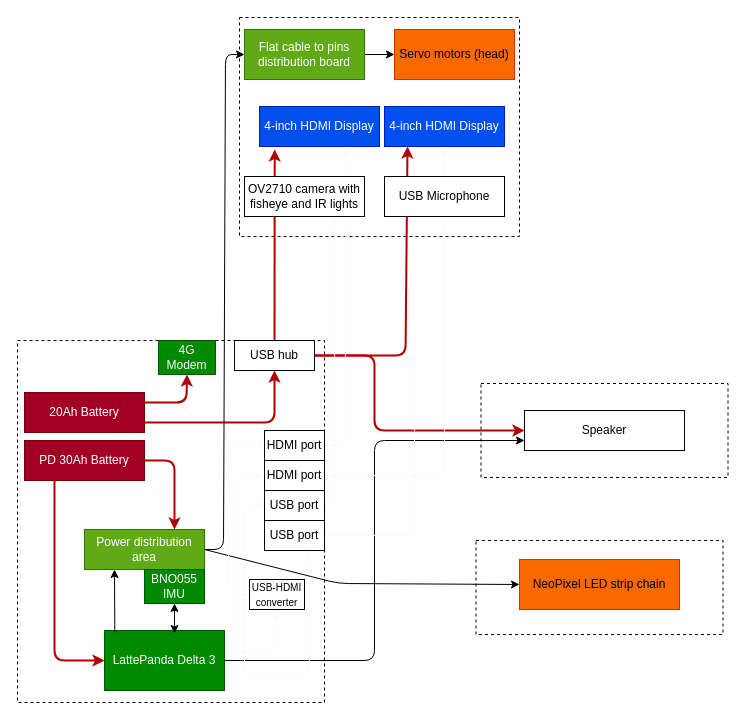
The draw.io diagram Planning/Hardware.drawio in MekhyW/DYNAMO-Electronic_Fursuit-2.0, before the edit. Source tidied: cells renumbered, new cells numbered last; positions are measured from the earlier drawing's top-left corner, leaving out a move shared by most shapes. Both pictures are drawn from the tidied source at 100%, with x=0, y=0 at pixel (17, 17).
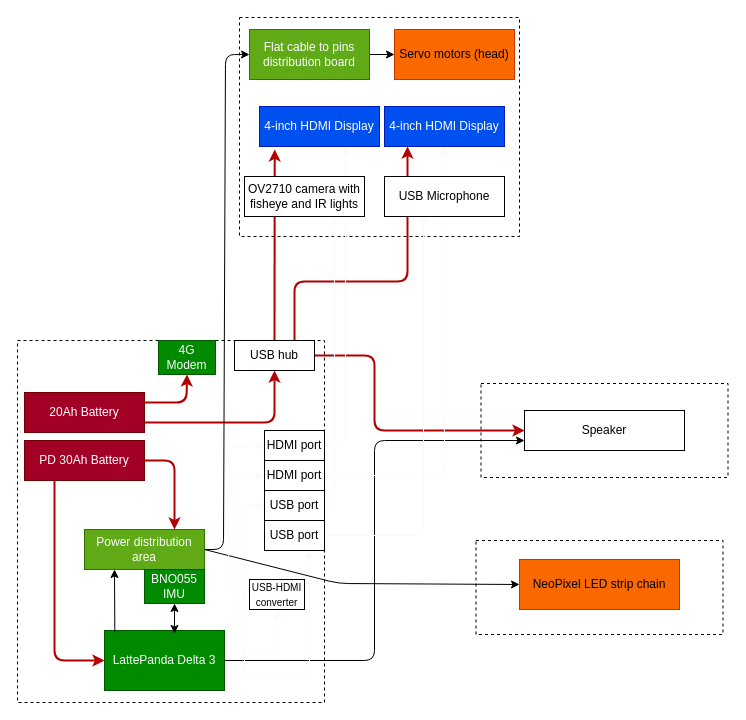
The same diagram, later.

The change refers to these unchanged cells:
```xml
<mxCell id="32" value="USB hub" style="rounded=0;whiteSpace=wrap;html=1;" parent="1" vertex="1">
  <mxGeometry x="217" y="323" width="80" height="30" as="geometry" />
</mxCell>
<mxCell id="40" value="USB port" style="rounded=0;whiteSpace=wrap;html=1;" parent="1" vertex="1">
  <mxGeometry x="247" y="503" width="60" height="30" as="geometry" />
</mxCell>
<mxCell id="42" value="USB Microphone" style="rounded=0;whiteSpace=wrap;html=1;" parent="1" vertex="1">
  <mxGeometry x="367" y="159" width="120" height="40" as="geometry" />
</mxCell>
```

Change to the diagram source:
```diff
@@
     <mxCell id="5" value="Flat cable to pins distribution board" style="rounded=0;whiteSpace=wrap;html=1;fillColor=#60a917;fontColor=#ffffff;strokeColor=#2D7600;" parent="1" vertex="1">
-      <mxGeometry x="227" y="12" width="120" height="50" as="geometry" />
+      <mxGeometry x="232" y="12" width="120" height="50" as="geometry" />
     </mxCell>
@@
-    <mxCell id="25" style="edgeStyle=none;html=1;exitX=1;exitY=0.5;exitDx=0;exitDy=0;fillColor=#e51400;strokeColor=#B20000;strokeWidth=2;" parent="1" edge="1" source="32">
+    <mxCell id="25" style="edgeStyle=none;html=1;exitX=0.75;exitY=0;exitDx=0;exitDy=0;fillColor=#e51400;strokeColor=#B20000;strokeWidth=2;" parent="1" edge="1" source="32">
       <mxGeometry relative="1" as="geometry">
         <mxPoint x="390" y="129" as="targetPoint" />
         <Array as="points">
-          <mxPoint x="388" y="338" />
+          <mxPoint x="277" y="264" />
+          <mxPoint x="390" y="264" />
         </Array>
       </mxGeometry>
     </mxCell>
@@
-    <mxCell id="39" style="edgeStyle=none;html=1;exitX=1;exitY=0.5;exitDx=0;exitDy=0;entryX=0.25;entryY=1;entryDx=0;entryDy=0;strokeColor=#FAFAFA;strokeWidth=1;fontSize=8;startArrow=none;startFill=0;" parent="1" edge="1" source="40" target="42">
+    <mxCell id="39" style="edgeStyle=none;html=1;exitX=1;exitY=0.5;exitDx=0;exitDy=0;strokeColor=#FAFAFA;strokeWidth=1;fontSize=8;startArrow=none;startFill=0;" parent="1" edge="1" source="40">
       <mxGeometry relative="1" as="geometry">
+        <mxPoint x="406" y="197" as="targetPoint" />
         <Array as="points">
-          <mxPoint x="397" y="518" />
+          <mxPoint x="406" y="518" />
         </Array>
       </mxGeometry>
     </mxCell>
```
